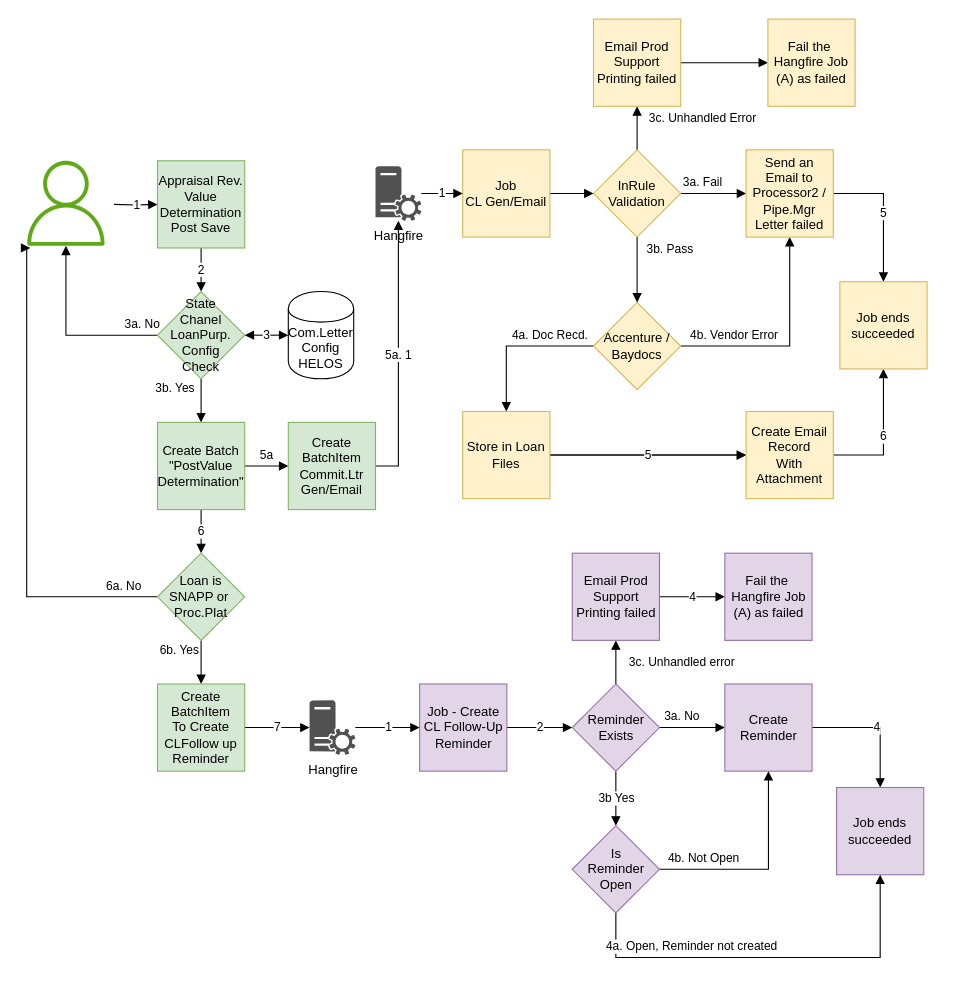
The draw.io diagram page "WS/CLP" (4 of 6) of Untitled Diagram.drawio in lhesnadeemshaikh/los, before the edit. Source tidied: cells renumbered, new cells numbered last; positions are measured from the earlier drawing's top-left corner, leaving out a move shared by most shapes. Both pictures are drawn from the tidied source at 109%, with x=0, y=0 at pixel (23, 19). Pictures stored in the file or linked from it are replaced by grey dashed boxes.
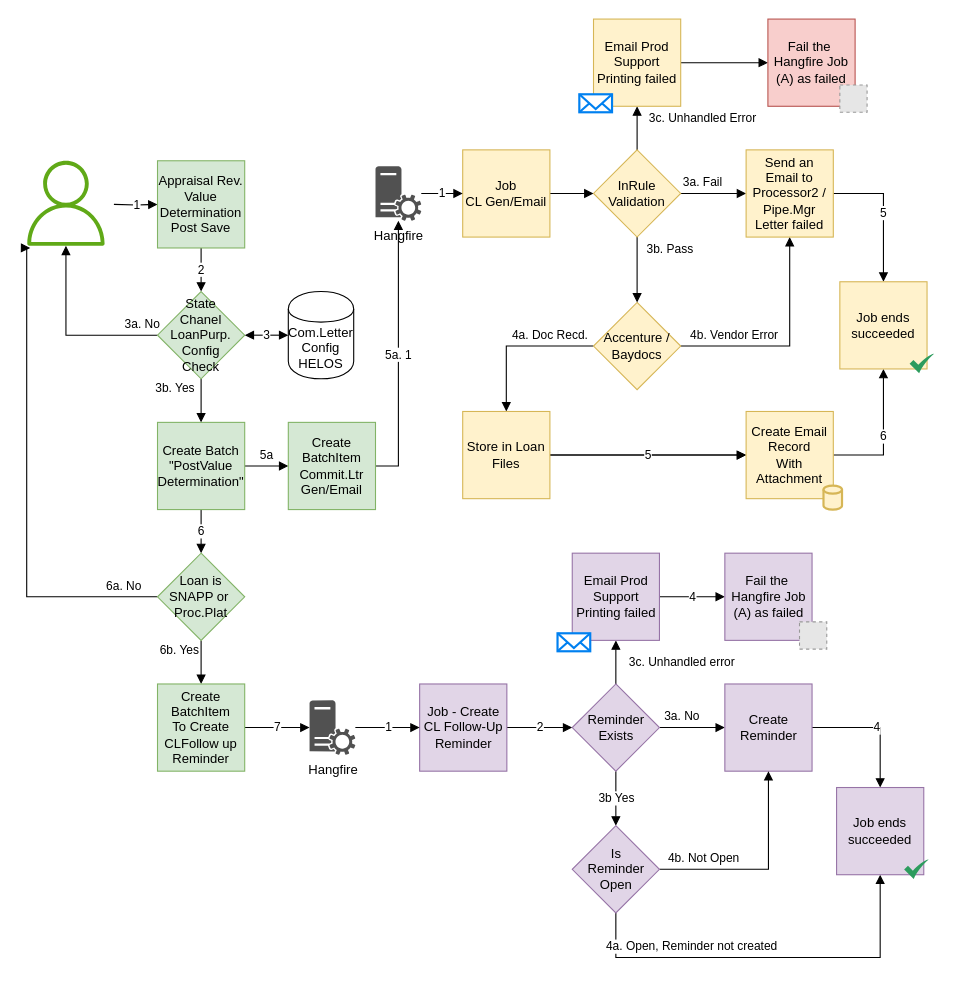
The same diagram, later.

Change to the diagram source:
```diff
@@
-    <mxCell id="16" value="Create Email Record&lt;br&gt;With Attachment" style="whiteSpace=wrap;html=1;fillColor=#fff2cc;strokeColor=#d6b656;" parent="1" vertex="1">
-      <mxGeometry x="663" y="360" width="80" height="80" as="geometry" />
-    </mxCell>
@@
-    <mxCell id="43" value="Job ends succeeded" style="whiteSpace=wrap;html=1;fillColor=#fff2cc;strokeColor=#d6b656;" parent="1" vertex="1">
-      <mxGeometry x="749" y="241" width="80" height="80" as="geometry" />
-    </mxCell>
@@
-    <mxCell id="45" value="Email Prod Support&lt;br&gt;Printing failed" style="whiteSpace=wrap;html=1;fillColor=#fff2cc;strokeColor=#d6b656;" parent="1" vertex="1">
-      <mxGeometry x="523" width="80" height="80" as="geometry" />
-    </mxCell>
-    <mxCell id="46" value="Fail the&amp;nbsp; Hangfire Job (A) as failed" style="whiteSpace=wrap;html=1;fillColor=#fff2cc;strokeColor=#d6b656;" parent="1" vertex="1">
-      <mxGeometry x="683" width="80" height="80" as="geometry" />
-    </mxCell>
@@
-    <mxCell id="53" value="Job ends succeeded" style="whiteSpace=wrap;html=1;fillColor=#e1d5e7;strokeColor=#9673a6;" parent="1" vertex="1">
-      <mxGeometry x="746" y="705" width="80" height="80" as="geometry" />
-    </mxCell>
@@
+    <mxCell id="60" style="group;" parent="1" vertex="1">
+      <mxGeometry x="510" width="93" height="85.5" as="geometry" />
+    </mxCell>
+    <mxCell id="45" value="Email Prod Support&lt;br&gt;Printing failed" style="whiteSpace=wrap;html=1;fillColor=#fff2cc;strokeColor=#d6b656;" parent="60" vertex="1">
+      <mxGeometry x="13" width="80" height="80" as="geometry" />
+    </mxCell>
+    <mxCell id="61" style="html=1;verticalLabelPosition=bottom;align=center;labelBackgroundColor=#ffffff;verticalAlign=top;strokeWidth=2;strokeColor=#0080F0;shadow=0;dashed=0;shape=mxgraph.ios7.icons.mail;" parent="60" vertex="1">
+      <mxGeometry y="69" width="30" height="16.5" as="geometry" />
+    </mxCell>
+    <mxCell id="62" style="group;" parent="1" vertex="1">
+      <mxGeometry x="490" y="490" width="93.5" height="90" as="geometry" />
+    </mxCell>
-    <mxCell id="58" value="Email Prod Support&lt;br&gt;Printing failed" style="whiteSpace=wrap;html=1;fillColor=#e1d5e7;strokeColor=#9673a6;" parent="1" vertex="1">
-      <mxGeometry x="503.5" y="490" width="80" height="80" as="geometry" />
+    <mxCell id="58" value="Email Prod Support&lt;br&gt;Printing failed" style="whiteSpace=wrap;html=1;fillColor=#e1d5e7;strokeColor=#9673a6;" parent="62" vertex="1">
+      <mxGeometry x="13.5" width="80" height="80" as="geometry" />
     </mxCell>
+    <mxCell id="63" style="html=1;verticalLabelPosition=bottom;align=center;labelBackgroundColor=#ffffff;verticalAlign=top;strokeWidth=2;strokeColor=#0080F0;shadow=0;dashed=0;shape=mxgraph.ios7.icons.mail;" parent="62" vertex="1">
+      <mxGeometry y="73.5" width="30" height="16.5" as="geometry" />
+    </mxCell>
+    <mxCell id="64" style="group;" parent="1" vertex="1">
+      <mxGeometry x="683" width="91" height="85.5" as="geometry" />
+    </mxCell>
+    <mxCell id="46" value="Fail the&amp;nbsp; Hangfire Job (A) as failed" style="whiteSpace=wrap;html=1;fillColor=#f8cecc;strokeColor=#b85450;" parent="64" vertex="1">
+      <mxGeometry width="80" height="80" as="geometry" />
+    </mxCell>
+    <mxCell id="65" style="fillColor=#E6E6E6;strokeColor=#999999;dashed=1;html=1;verticalAlign=top;verticalLabelPosition=bottom;labelBackgroundColor=#ffffff;" parent="64" vertex="1">
+      <mxGeometry x="66" y="60.5" width="25" height="25" as="geometry" />
+    </mxCell>
+    <mxCell id="66" style="group;" parent="1" vertex="1">
+      <mxGeometry x="643.5" y="490" width="93.5" height="88" as="geometry" />
+    </mxCell>
-    <mxCell id="59" value="Fail the&amp;nbsp; Hangfire Job (A) as failed" style="whiteSpace=wrap;html=1;fillColor=#e1d5e7;strokeColor=#9673a6;" parent="1" vertex="1">
-      <mxGeometry x="643.5" y="490" width="80" height="80" as="geometry" />
+    <mxCell id="59" value="Fail the&amp;nbsp; Hangfire Job (A) as failed" style="whiteSpace=wrap;html=1;fillColor=#e1d5e7;strokeColor=#9673a6;" parent="66" vertex="1">
+      <mxGeometry width="80" height="80" as="geometry" />
     </mxCell>
+    <mxCell id="67" style="fillColor=#E6E6E6;strokeColor=#999999;dashed=1;html=1;verticalAlign=top;verticalLabelPosition=bottom;labelBackgroundColor=#ffffff;" parent="66" vertex="1">
+      <mxGeometry x="68.5" y="63" width="25" height="25" as="geometry" />
+    </mxCell>
+    <mxCell id="68" style="group;" parent="1" vertex="1">
+      <mxGeometry x="749" y="241" width="86.5" height="84" as="geometry" />
+    </mxCell>
+    <mxCell id="43" value="Job ends succeeded" style="whiteSpace=wrap;html=1;fillColor=#fff2cc;strokeColor=#d6b656;" parent="68" vertex="1">
+      <mxGeometry width="80" height="80" as="geometry" />
+    </mxCell>
+    <mxCell id="69" style="html=1;strokeColor=none;shadow=0;align=center;verticalAlign=top;fillColor=#2D9C5E;shape=mxgraph.gcp2.check;" parent="68" vertex="1">
+      <mxGeometry x="64" y="66" width="22.5" height="18" as="geometry" />
+    </mxCell>
+    <mxCell id="70" style="group;" parent="1" vertex="1">
+      <mxGeometry x="746" y="705" width="84.5" height="84" as="geometry" />
+    </mxCell>
+    <mxCell id="53" value="Job ends succeeded" style="whiteSpace=wrap;html=1;fillColor=#e1d5e7;strokeColor=#9673a6;" parent="70" vertex="1">
+      <mxGeometry width="80" height="80" as="geometry" />
+    </mxCell>
+    <mxCell id="71" style="html=1;strokeColor=none;shadow=0;align=center;verticalAlign=top;fillColor=#2D9C5E;shape=mxgraph.gcp2.check;" parent="70" vertex="1">
+      <mxGeometry x="62" y="66" width="22.5" height="18" as="geometry" />
+    </mxCell>
+    <mxCell id="72" style="group;" parent="1" vertex="1">
+      <mxGeometry x="663" y="360" width="88" height="90" as="geometry" />
+    </mxCell>
+    <mxCell id="16" value="Create Email Record&lt;br&gt;With Attachment" style="whiteSpace=wrap;html=1;fillColor=#fff2cc;strokeColor=#d6b656;" parent="72" vertex="1">
+      <mxGeometry width="80" height="80" as="geometry" />
+    </mxCell>
+    <mxCell id="73" style="strokeWidth=2;html=1;shape=mxgraph.flowchart.database;whiteSpace=wrap;fillColor=#fff2cc;strokeColor=#d6b656;" parent="72" vertex="1">
+      <mxGeometry x="71" y="68" width="17" height="22" as="geometry" />
+    </mxCell>
```
